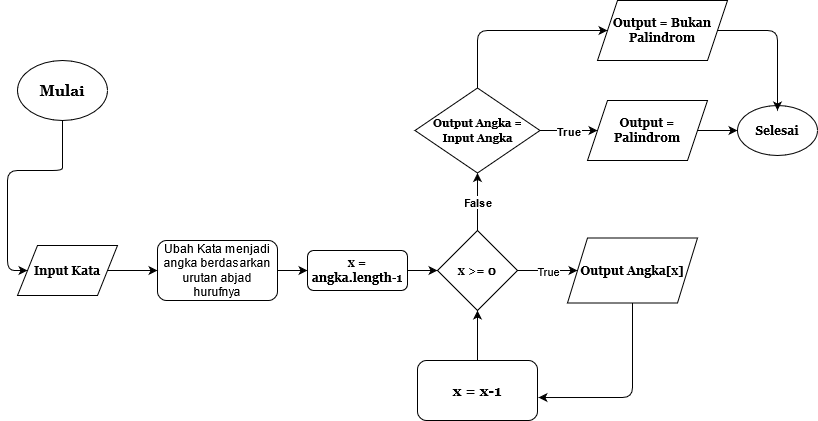
farizian/week6 keeps this draw.io diagram as tugas1/Flowchart_Palindrom.png. Above is the earlier version. Source tidied: cells renumbered, new cells last; positions are measured from the earlier drawing's top-left corner, leaving out a move shared by most shapes.
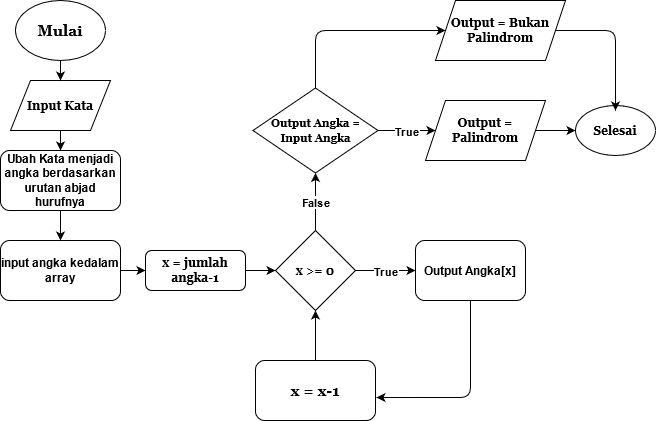
Above is the later version.

Diff of the diagram source:
```diff
@@ -2,103 +2,101 @@
   <root>
     <mxCell id="0" />
     <mxCell id="1" parent="0" />
-    <mxCell id="2" value="&lt;b&gt;&lt;font face=&quot;Georgia&quot;&gt;&lt;span&gt;x &amp;gt;= 0&lt;br&gt;&lt;/span&gt;&lt;/font&gt;&lt;/b&gt;" style="rhombus;whiteSpace=wrap;html=1;fontStyle=1;" parent="1" vertex="1">
+    <mxCell id="2" value="&lt;span&gt;&lt;font face=&quot;Georgia&quot;&gt;&lt;span&gt;x &amp;gt;= 0&lt;br&gt;&lt;/span&gt;&lt;/font&gt;&lt;/span&gt;" style="rhombus;whiteSpace=wrap;html=1;fontStyle=1;" parent="1" vertex="1">
       <mxGeometry x="430" y="230" width="80" height="80" as="geometry" />
     </mxCell>
-    <mxCell id="3" value="&lt;font style=&quot;font-size: 15px&quot; face=&quot;Georgia&quot;&gt;&lt;b&gt;Mulai&lt;/b&gt;&lt;/font&gt;" style="ellipse;whiteSpace=wrap;html=1;" parent="1" vertex="1">
-      <mxGeometry x="10" y="60" width="90" height="60" as="geometry" />
+    <mxCell id="3" value="&lt;font style=&quot;font-size: 15px&quot; face=&quot;Georgia&quot;&gt;&lt;span&gt;Mulai&lt;/span&gt;&lt;/font&gt;" style="ellipse;whiteSpace=wrap;html=1;fontStyle=1;" parent="1" vertex="1">
+      <mxGeometry x="170" width="90" height="60" as="geometry" />
     </mxCell>
     <mxCell id="4" value="Input Kata" style="shape=parallelogram;perimeter=parallelogramPerimeter;whiteSpace=wrap;html=1;fixedSize=1;fontFamily=Georgia;fontSize=12;fontStyle=1;" parent="1" vertex="1">
-      <mxGeometry x="10" y="245" width="100" height="50" as="geometry" />
+      <mxGeometry x="165" y="80" width="100" height="50" as="geometry" />
     </mxCell>
-    <mxCell id="5" style="endArrow=classic;html=1;exitX=1;exitY=0.5;exitDx=0;exitDy=0;entryX=0;entryY=0.5;entryDx=0;entryDy=0;startArrow=none;" parent="1" edge="1" source="26" target="6">
-      <mxGeometry relative="1" as="geometry" />
-    </mxCell>
-    <mxCell id="6" value="x = angka.length-1" style="rounded=1;whiteSpace=wrap;html=1;fontFamily=Georgia;fontSize=12;fontStyle=1;" parent="1" vertex="1">
+    <mxCell id="6" value="x = jumlah angka-1" style="rounded=1;whiteSpace=wrap;html=1;fontFamily=Georgia;fontSize=12;fontStyle=1;" parent="1" vertex="1">
       <mxGeometry x="300" y="250" width="100" height="40" as="geometry" />
     </mxCell>
-    <mxCell id="7" style="endArrow=classic;html=1;fontFamily=Georgia;fontSize=15;exitX=1;exitY=0.5;exitDx=0;exitDy=0;entryX=0;entryY=0.5;entryDx=0;entryDy=0;" parent="1" edge="1" source="6" target="2">
+    <mxCell id="7" style="endArrow=classic;html=1;fontFamily=Georgia;fontSize=15;exitX=1;exitY=0.5;exitDx=0;exitDy=0;entryX=0;entryY=0.5;entryDx=0;entryDy=0;fontStyle=1;" parent="1" edge="1" source="6" target="2">
       <mxGeometry relative="1" as="geometry" />
     </mxCell>
-    <mxCell id="8" style="endArrow=classic;html=1;fontFamily=Georgia;fontSize=15;entryX=0;entryY=0.5;entryDx=0;entryDy=0;exitX=1;exitY=0.5;exitDx=0;exitDy=0;" parent="1" edge="1" source="2" target="10">
+    <mxCell id="8" style="endArrow=classic;html=1;fontFamily=Georgia;fontSize=15;entryX=0;entryY=0.5;entryDx=0;entryDy=0;exitX=1;exitY=0.5;exitDx=0;exitDy=0;fontStyle=1;" parent="1" edge="1" source="2" target="10">
       <mxGeometry relative="1" as="geometry" />
     </mxCell>
-    <mxCell id="9" value="True" style="edgeLabel;html=1;align=center;verticalAlign=middle;" parent="8" vertex="1">
+    <mxCell id="9" value="True" style="edgeLabel;html=1;align=center;verticalAlign=middle;fontStyle=1;" parent="8" vertex="1">
       <mxGeometry relative="1" as="geometry" />
     </mxCell>
-    <mxCell id="10" value="Output Angka[x]" style="shape=parallelogram;perimeter=parallelogramPerimeter;whiteSpace=wrap;html=1;fixedSize=1;fontFamily=Georgia;fontSize=12;fontStyle=1;" parent="1" vertex="1">
-      <mxGeometry x="560" y="237.5" width="130" height="65" as="geometry" />
-    </mxCell>
-    <mxCell id="11" style="endArrow=classic;html=1;fontFamily=Georgia;fontSize=12;entryX=0;entryY=0.5;entryDx=0;entryDy=0;" parent="1" edge="1" source="22" target="16">
+    <mxCell id="11" style="endArrow=classic;html=1;fontFamily=Georgia;fontSize=12;entryX=0;entryY=0.5;entryDx=0;entryDy=0;fontStyle=1;" parent="1" edge="1" source="22" target="16">
       <mxGeometry relative="1" as="geometry" />
     </mxCell>
-    <mxCell id="12" value="&lt;b&gt;True&lt;/b&gt;" style="edgeLabel;html=1;align=center;verticalAlign=middle;" parent="11" vertex="1">
+    <mxCell id="12" value="&lt;span&gt;True&lt;/span&gt;" style="edgeLabel;html=1;align=center;verticalAlign=middle;fontStyle=1;" parent="11" vertex="1">
       <mxGeometry relative="1" as="geometry" />
     </mxCell>
-    <mxCell id="13" style="endArrow=classic;html=1;fontFamily=Georgia;fontSize=12;exitX=0.5;exitY=0;exitDx=0;exitDy=0;entryX=0.5;entryY=1;entryDx=0;entryDy=0;" parent="1" edge="1" source="2" target="22">
+    <mxCell id="13" style="endArrow=classic;html=1;fontFamily=Georgia;fontSize=12;exitX=0.5;exitY=0;exitDx=0;exitDy=0;entryX=0.5;entryY=1;entryDx=0;entryDy=0;fontStyle=1;" parent="1" edge="1" source="2" target="22">
       <mxGeometry relative="1" as="geometry" />
     </mxCell>
-    <mxCell id="14" value="&lt;b&gt;False&lt;/b&gt;" style="edgeLabel;html=1;align=center;verticalAlign=middle;" parent="13" vertex="1">
+    <mxCell id="14" value="&lt;span&gt;False&lt;/span&gt;" style="edgeLabel;html=1;align=center;verticalAlign=middle;fontStyle=1;" parent="13" vertex="1">
       <mxGeometry relative="1" as="geometry" />
     </mxCell>
-    <mxCell id="15" style="endArrow=classic;html=1;fontFamily=Georgia;fontSize=12;exitX=0.5;exitY=1;exitDx=0;exitDy=0;entryX=0;entryY=0.5;entryDx=0;entryDy=0;" parent="1" edge="1" source="3" target="4">
-      <mxGeometry relative="1" as="geometry">
-        <Array as="points">
-          <mxPoint x="55" y="140" />
-          <mxPoint x="55" y="160" />
-          <mxPoint x="55" y="170" />
-          <mxPoint y="170" />
-          <mxPoint y="270" />
-        </Array>
-      </mxGeometry>
-    </mxCell>
-    <mxCell id="16" value="&lt;b&gt;Output = Palindrom&lt;br&gt;&lt;/b&gt;" style="shape=parallelogram;perimeter=parallelogramPerimeter;whiteSpace=wrap;html=1;fixedSize=1;fontFamily=Georgia;fontSize=12;" parent="1" vertex="1">
+    <mxCell id="16" value="&lt;span&gt;Output = Palindrom&lt;br&gt;&lt;/span&gt;" style="shape=parallelogram;perimeter=parallelogramPerimeter;whiteSpace=wrap;html=1;fixedSize=1;fontFamily=Georgia;fontSize=12;fontStyle=1;" parent="1" vertex="1">
       <mxGeometry x="580" y="100" width="120" height="60" as="geometry" />
     </mxCell>
-    <mxCell id="17" style="endArrow=classic;html=1;fontFamily=Georgia;fontSize=12;exitX=1;exitY=0.5;exitDx=0;exitDy=0;" parent="1" edge="1" source="16" target="18">
+    <mxCell id="17" style="endArrow=classic;html=1;fontFamily=Georgia;fontSize=12;exitX=1;exitY=0.5;exitDx=0;exitDy=0;fontStyle=1;" parent="1" edge="1" source="16" target="18">
       <mxGeometry relative="1" as="geometry" />
     </mxCell>
-    <mxCell id="18" value="&lt;b&gt;Selesai&lt;/b&gt;" style="ellipse;whiteSpace=wrap;html=1;fontFamily=Georgia;fontSize=12;" parent="1" vertex="1">
+    <mxCell id="18" value="&lt;span&gt;Selesai&lt;/span&gt;" style="ellipse;whiteSpace=wrap;html=1;fontFamily=Georgia;fontSize=12;fontStyle=1;" parent="1" vertex="1">
       <mxGeometry x="730" y="105" width="80" height="50" as="geometry" />
     </mxCell>
-    <mxCell id="19" value="&lt;b&gt;Output = Bukan Palindrom&lt;br&gt;&lt;/b&gt;" style="shape=parallelogram;perimeter=parallelogramPerimeter;whiteSpace=wrap;html=1;fixedSize=1;fontFamily=Georgia;fontSize=12;" parent="1" vertex="1">
+    <mxCell id="19" value="&lt;span&gt;Output = Bukan Palindrom&lt;br&gt;&lt;/span&gt;" style="shape=parallelogram;perimeter=parallelogramPerimeter;whiteSpace=wrap;html=1;fixedSize=1;fontFamily=Georgia;fontSize=12;fontStyle=1;" parent="1" vertex="1">
       <mxGeometry x="590" width="130" height="60" as="geometry" />
     </mxCell>
-    <mxCell id="20" style="endArrow=classic;html=1;fontFamily=Georgia;fontSize=12;entryX=0;entryY=0.5;entryDx=0;entryDy=0;exitX=0.5;exitY=0;exitDx=0;exitDy=0;" parent="1" edge="1" source="22" target="19">
+    <mxCell id="20" style="endArrow=classic;html=1;fontFamily=Georgia;fontSize=12;entryX=0;entryY=0.5;entryDx=0;entryDy=0;exitX=0.5;exitY=0;exitDx=0;exitDy=0;fontStyle=1;" parent="1" edge="1" source="22" target="19">
       <mxGeometry relative="1" as="geometry">
         <Array as="points">
           <mxPoint x="470" y="30" />
         </Array>
       </mxGeometry>
     </mxCell>
-    <mxCell id="21" style="endArrow=classic;html=1;fontFamily=Georgia;fontSize=12;exitX=1;exitY=0.5;exitDx=0;exitDy=0;entryX=0.5;entryY=0.1;entryDx=0;entryDy=0;entryPerimeter=0;" parent="1" edge="1" source="19" target="18">
+    <mxCell id="21" style="endArrow=classic;html=1;fontFamily=Georgia;fontSize=12;exitX=1;exitY=0.5;exitDx=0;exitDy=0;entryX=0.5;entryY=0.1;entryDx=0;entryDy=0;entryPerimeter=0;fontStyle=1;" parent="1" edge="1" source="19" target="18">
       <mxGeometry relative="1" as="geometry">
         <Array as="points">
           <mxPoint x="770" y="30" />
         </Array>
       </mxGeometry>
     </mxCell>
-    <mxCell id="22" value="&lt;font style=&quot;font-size: 11px&quot;&gt;&lt;b&gt;Output Angka = Input Angka&lt;/b&gt;&lt;/font&gt;" style="rhombus;whiteSpace=wrap;html=1;fontFamily=Georgia;fontSize=12;" parent="1" vertex="1">
+    <mxCell id="22" value="&lt;font style=&quot;font-size: 11px&quot;&gt;&lt;span&gt;Output Angka = Input Angka&lt;/span&gt;&lt;/font&gt;" style="rhombus;whiteSpace=wrap;html=1;fontFamily=Georgia;fontSize=12;fontStyle=1;" parent="1" vertex="1">
       <mxGeometry x="407.5" y="87.5" width="125" height="85" as="geometry" />
     </mxCell>
-    <mxCell id="23" style="endArrow=classic;html=1;fontFamily=Georgia;fontSize=12;entryX=1.008;entryY=0.617;entryDx=0;entryDy=0;entryPerimeter=0;exitX=0.5;exitY=1;exitDx=0;exitDy=0;" parent="1" edge="1" source="10" target="24">
+    <mxCell id="23" style="endArrow=classic;html=1;fontFamily=Georgia;fontSize=12;entryX=1.008;entryY=0.617;entryDx=0;entryDy=0;entryPerimeter=0;fontStyle=1;" parent="1" edge="1" source="10" target="24">
       <mxGeometry relative="1" as="geometry">
         <Array as="points">
           <mxPoint x="625" y="397" />
         </Array>
       </mxGeometry>
     </mxCell>
-    <mxCell id="24" value="&lt;font style=&quot;font-size: 15px&quot;&gt;&lt;b&gt;x = x-1&lt;/b&gt;&lt;/font&gt;" style="rounded=1;whiteSpace=wrap;html=1;fontFamily=Georgia;fontSize=12;" parent="1" vertex="1">
+    <mxCell id="24" value="&lt;font style=&quot;font-size: 15px&quot;&gt;&lt;span&gt;x = x-1&lt;/span&gt;&lt;/font&gt;" style="rounded=1;whiteSpace=wrap;html=1;fontFamily=Georgia;fontSize=12;fontStyle=1;" parent="1" vertex="1">
       <mxGeometry x="410" y="360" width="120" height="60" as="geometry" />
     </mxCell>
-    <mxCell id="25" style="endArrow=classic;html=1;fontFamily=Georgia;fontSize=12;exitX=0.5;exitY=0;exitDx=0;exitDy=0;entryX=0.5;entryY=1;entryDx=0;entryDy=0;" parent="1" edge="1" source="24" target="2">
+    <mxCell id="25" style="endArrow=classic;html=1;fontFamily=Georgia;fontSize=12;exitX=0.5;exitY=0;exitDx=0;exitDy=0;entryX=0.5;entryY=1;entryDx=0;entryDy=0;fontStyle=1;" parent="1" edge="1" source="24" target="2">
       <mxGeometry relative="1" as="geometry" />
     </mxCell>
-    <mxCell id="26" value="Ubah Kata menjadi angka berdasarkan urutan abjad hurufnya" style="rounded=1;whiteSpace=wrap;html=1;fontSize=12;" parent="1" vertex="1">
-      <mxGeometry x="150" y="240" width="120" height="60" as="geometry" />
+    <mxCell id="26" value="Ubah Kata menjadi angka berdasarkan urutan abjad hurufnya" style="rounded=1;whiteSpace=wrap;html=1;fontSize=12;fontStyle=1;" parent="1" vertex="1">
+      <mxGeometry x="155" y="150" width="120" height="60" as="geometry" />
     </mxCell>
+    <mxCell id="10" value="&lt;font style=&quot;font-size: 12px&quot;&gt;&lt;span&gt;Output Angka[x]&lt;/span&gt;&lt;/font&gt;" style="rounded=1;whiteSpace=wrap;html=1;fontStyle=1;" parent="1" vertex="1">
+      <mxGeometry x="570" y="240" width="110" height="60" as="geometry" />
+    </mxCell>
+    <mxCell id="28" value="input angka kedalam array" style="rounded=1;whiteSpace=wrap;html=1;fontStyle=1;" parent="1" vertex="1">
+      <mxGeometry x="155" y="240" width="120" height="60" as="geometry" />
+    </mxCell>
+    <mxCell id="15" style="endArrow=classic;html=1;exitX=0.5;exitY=1;exitDx=0;exitDy=0;entryX=0.5;entryY=0;entryDx=0;entryDy=0;" parent="1" edge="1" source="3" target="4">
+      <mxGeometry relative="1" as="geometry" />
+    </mxCell>
-    <mxCell id="27" style="endArrow=classic;html=1;fontSize=12;exitX=1;exitY=0.5;exitDx=0;exitDy=0;entryX=0;entryY=0.5;entryDx=0;entryDy=0;" parent="1" edge="1" source="4" target="26">
+    <mxCell id="27" style="endArrow=classic;html=1;exitX=0.5;exitY=1;exitDx=0;exitDy=0;entryX=0.5;entryY=0;entryDx=0;entryDy=0;" parent="1" edge="1" source="4" target="26">
       <mxGeometry relative="1" as="geometry" />
     </mxCell>
+    <mxCell id="29" style="endArrow=classic;html=1;exitX=0.5;exitY=1;exitDx=0;exitDy=0;entryX=0.5;entryY=0;entryDx=0;entryDy=0;" parent="1" edge="1" source="26" target="28">
+      <mxGeometry relative="1" as="geometry" />
+    </mxCell>
+    <mxCell id="30" style="endArrow=classic;html=1;exitX=1;exitY=0.5;exitDx=0;exitDy=0;entryX=0;entryY=0.5;entryDx=0;entryDy=0;" parent="1" edge="1" source="28" target="6">
+      <mxGeometry relative="1" as="geometry" />
+    </mxCell>
   </root>
 </mxGraphModel>
```
